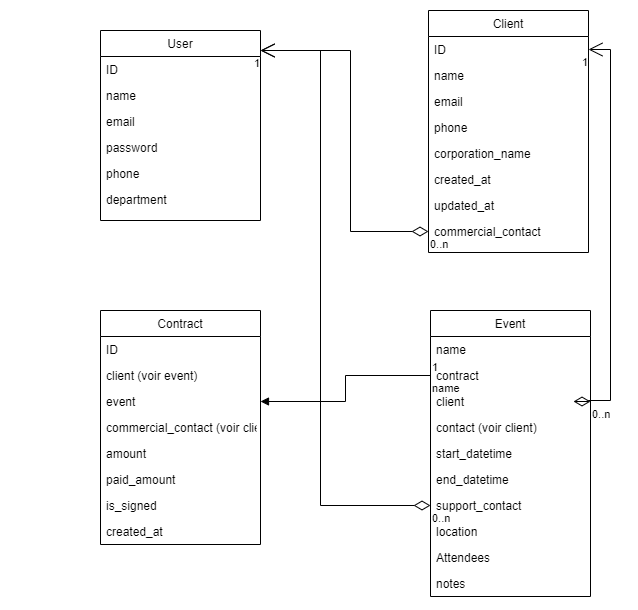
Earlier version of the draw.io export docs/P12-entites.drawio.png (morganprieur/backend_python_sql). Source tidied: cells renumbered, new cells last; positions are measured from the earlier drawing's top-left corner, leaving out a move shared by most shapes.
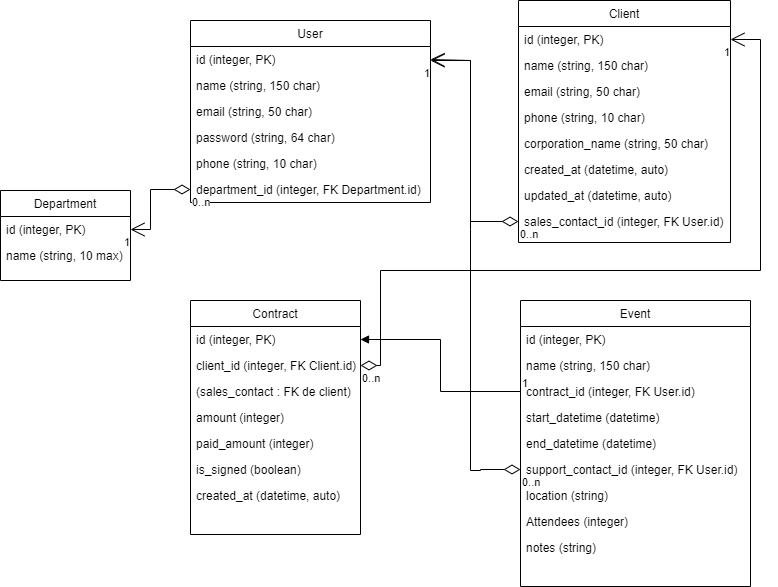
After the change.

Commit message:
WIP Add user: hash pw ok. TODO: JWT.

Change to the diagram source:
```diff
@@ -3,122 +3,115 @@
     <mxCell id="0" />
     <mxCell id="1" parent="0" />
     <mxCell id="2" value="User" style="swimlane;fontStyle=0;align=center;verticalAlign=top;horizontal=1;startSize=26;rounded=0;shadow=0;strokeWidth=1;" parent="1" vertex="1">
-      <mxGeometry x="90" y="20" width="160" height="190" as="geometry" />
+      <mxGeometry x="90" y="20" width="240" height="182" as="geometry" />
     </mxCell>
-    <mxCell id="3" value="ID" style="text;align=left;verticalAlign=top;spacingLeft=4;spacingRight=4;overflow=hidden;points=[[0,0.5],[1,0.5]];portConstraint=eastwest;" parent="2" vertex="1">
-      <mxGeometry y="26" width="160" height="26" as="geometry" />
+    <mxCell id="3" value="id (integer, PK)" style="text;align=left;verticalAlign=top;spacingLeft=4;spacingRight=4;overflow=hidden;points=[[0,0.5],[1,0.5]];portConstraint=eastwest;" parent="2" vertex="1">
+      <mxGeometry y="26" width="240" height="26" as="geometry" />
     </mxCell>
-    <mxCell id="4" value="name" style="text;align=left;verticalAlign=top;spacingLeft=4;spacingRight=4;overflow=hidden;rounded=0;shadow=0;html=0;" parent="2" vertex="1">
-      <mxGeometry y="52" width="160" height="26" as="geometry" />
+    <mxCell id="4" value="name (string, 150 char)" style="text;align=left;verticalAlign=top;spacingLeft=4;spacingRight=4;overflow=hidden;rounded=0;shadow=0;html=0;" parent="2" vertex="1">
+      <mxGeometry y="52" width="240" height="26" as="geometry" />
     </mxCell>
-    <mxCell id="5" value="email" style="text;align=left;verticalAlign=top;spacingLeft=4;spacingRight=4;overflow=hidden;rounded=0;shadow=0;html=0;" parent="2" vertex="1">
-      <mxGeometry y="78" width="160" height="26" as="geometry" />
+    <mxCell id="5" value="email (string, 50 char)" style="text;align=left;verticalAlign=top;spacingLeft=4;spacingRight=4;overflow=hidden;rounded=0;shadow=0;html=0;" parent="2" vertex="1">
+      <mxGeometry y="78" width="240" height="26" as="geometry" />
     </mxCell>
-    <mxCell id="6" value="password" style="text;align=left;verticalAlign=top;spacingLeft=4;spacingRight=4;overflow=hidden;rounded=0;shadow=0;html=0;" parent="2" vertex="1">
-      <mxGeometry y="104" width="160" height="26" as="geometry" />
+    <mxCell id="6" value="password (string, 64 char)" style="text;align=left;verticalAlign=top;spacingLeft=4;spacingRight=4;overflow=hidden;rounded=0;shadow=0;html=0;" parent="2" vertex="1">
+      <mxGeometry y="104" width="240" height="26" as="geometry" />
     </mxCell>
-    <mxCell id="7" value="phone" style="text;align=left;verticalAlign=top;spacingLeft=4;spacingRight=4;overflow=hidden;rounded=0;shadow=0;html=0;" parent="2" vertex="1">
-      <mxGeometry y="130" width="160" height="26" as="geometry" />
+    <mxCell id="7" value="phone (string, 10 char)" style="text;align=left;verticalAlign=top;spacingLeft=4;spacingRight=4;overflow=hidden;rounded=0;shadow=0;html=0;" parent="2" vertex="1">
+      <mxGeometry y="130" width="240" height="26" as="geometry" />
     </mxCell>
-    <mxCell id="8" value="department" style="text;align=left;verticalAlign=top;spacingLeft=4;spacingRight=4;overflow=hidden;rounded=0;shadow=0;html=0;" parent="2" vertex="1">
-      <mxGeometry y="156" width="160" height="26" as="geometry" />
-    </mxCell>
+    <mxCell id="50" value="department_id (integer, FK Department.id)" style="text;align=left;verticalAlign=top;spacingLeft=4;spacingRight=4;overflow=hidden;points=[[0,0.5],[1,0.5]];portConstraint=eastwest;rounded=0;shadow=0;html=0;" parent="2" vertex="1">
+      <mxGeometry y="156" width="240" height="26" as="geometry" />
+    </mxCell>
     <mxCell id="9" value="Contract" style="swimlane;fontStyle=0;align=center;verticalAlign=top;horizontal=1;startSize=26;rounded=0;shadow=0;strokeWidth=1;" parent="1" vertex="1">
-      <mxGeometry x="90" y="300" width="160" height="234" as="geometry" />
+      <mxGeometry x="90" y="300" width="170" height="234" as="geometry" />
     </mxCell>
-    <mxCell id="10" value="ID" style="text;align=left;verticalAlign=top;spacingLeft=4;spacingRight=4;overflow=hidden;points=[[0,0.5],[1,0.5]];portConstraint=eastwest;" parent="9" vertex="1">
-      <mxGeometry y="26" width="160" height="26" as="geometry" />
+    <mxCell id="10" value="id (integer, PK)" style="text;align=left;verticalAlign=top;spacingLeft=4;spacingRight=4;overflow=hidden;points=[[0,0.5],[1,0.5]];portConstraint=eastwest;" parent="9" vertex="1">
+      <mxGeometry y="26" width="170" height="26" as="geometry" />
     </mxCell>
-    <mxCell id="11" value="client (voir event)" style="text;align=left;verticalAlign=top;spacingLeft=4;spacingRight=4;overflow=hidden;points=[[0,0.5],[1,0.5]];portConstraint=eastwest;rounded=0;shadow=0;html=0;" parent="9" vertex="1">
-      <mxGeometry y="52" width="160" height="26" as="geometry" />
+    <mxCell id="11" value="client_id (integer, FK Client.id)" style="text;align=left;verticalAlign=top;spacingLeft=4;spacingRight=4;overflow=hidden;points=[[0,0.5],[1,0.5]];portConstraint=eastwest;rounded=0;shadow=0;html=0;" parent="9" vertex="1">
+      <mxGeometry y="52" width="170" height="26" as="geometry" />
     </mxCell>
-    <mxCell id="12" value="event" style="text;align=left;verticalAlign=top;spacingLeft=4;spacingRight=4;overflow=hidden;points=[[0,0.5],[1,0.5]];portConstraint=eastwest;rounded=0;shadow=0;html=0;" parent="9" vertex="1">
-      <mxGeometry y="78" width="160" height="26" as="geometry" />
-    </mxCell>
-    <mxCell id="13" value="commercial_contact (voir client)" style="text;align=left;verticalAlign=top;spacingLeft=4;spacingRight=4;overflow=hidden;fontStyle=0;" parent="9" vertex="1">
-      <mxGeometry y="104" width="160" height="26" as="geometry" />
+    <mxCell id="13" value="(sales_contact : FK de client)" style="text;align=left;verticalAlign=top;spacingLeft=4;spacingRight=4;overflow=hidden;fontStyle=0;" parent="9" vertex="1">
+      <mxGeometry y="78" width="170" height="26" as="geometry" />
     </mxCell>
-    <mxCell id="14" value="amount" style="text;align=left;verticalAlign=top;spacingLeft=4;spacingRight=4;overflow=hidden;" parent="9" vertex="1">
-      <mxGeometry y="130" width="160" height="26" as="geometry" />
+    <mxCell id="14" value="amount (integer)" style="text;align=left;verticalAlign=top;spacingLeft=4;spacingRight=4;overflow=hidden;" parent="9" vertex="1">
+      <mxGeometry y="104" width="170" height="26" as="geometry" />
     </mxCell>
-    <mxCell id="15" value="paid_amount" style="text;align=left;verticalAlign=top;spacingLeft=4;spacingRight=4;overflow=hidden;" parent="9" vertex="1">
-      <mxGeometry y="156" width="160" height="26" as="geometry" />
+    <mxCell id="15" value="paid_amount (integer)" style="text;align=left;verticalAlign=top;spacingLeft=4;spacingRight=4;overflow=hidden;" parent="9" vertex="1">
+      <mxGeometry y="130" width="170" height="26" as="geometry" />
     </mxCell>
-    <mxCell id="16" value="is_signed" style="text;align=left;verticalAlign=top;spacingLeft=4;spacingRight=4;overflow=hidden;" parent="9" vertex="1">
-      <mxGeometry y="182" width="160" height="26" as="geometry" />
+    <mxCell id="16" value="is_signed (boolean)" style="text;align=left;verticalAlign=top;spacingLeft=4;spacingRight=4;overflow=hidden;" parent="9" vertex="1">
+      <mxGeometry y="156" width="170" height="26" as="geometry" />
     </mxCell>
-    <mxCell id="17" value="created_at" style="text;align=left;verticalAlign=top;spacingLeft=4;spacingRight=4;overflow=hidden;" parent="9" vertex="1">
-      <mxGeometry y="208" width="160" height="26" as="geometry" />
+    <mxCell id="17" value="created_at (datetime, auto)" style="text;align=left;verticalAlign=top;spacingLeft=4;spacingRight=4;overflow=hidden;" parent="9" vertex="1">
+      <mxGeometry y="182" width="170" height="26" as="geometry" />
     </mxCell>
     <mxCell id="18" value="Event" style="swimlane;fontStyle=0;align=center;verticalAlign=top;horizontal=1;startSize=26;rounded=0;shadow=0;strokeWidth=1;" parent="1" vertex="1">
-      <mxGeometry x="420" y="300" width="160" height="286" as="geometry" />
+      <mxGeometry x="420" y="300" width="230" height="286" as="geometry" />
     </mxCell>
+    <mxCell id="51" value="id (integer, PK)" style="text;align=left;verticalAlign=top;spacingLeft=4;spacingRight=4;overflow=hidden;" parent="18" vertex="1">
+      <mxGeometry y="26" width="230" height="26" as="geometry" />
+    </mxCell>
-    <mxCell id="19" value="name" style="text;align=left;verticalAlign=top;spacingLeft=4;spacingRight=4;overflow=hidden;" parent="18" vertex="1">
-      <mxGeometry y="26" width="160" height="26" as="geometry" />
+    <mxCell id="19" value="name (string, 150 char)" style="text;align=left;verticalAlign=top;spacingLeft=4;spacingRight=4;overflow=hidden;" parent="18" vertex="1">
+      <mxGeometry y="52" width="230" height="26" as="geometry" />
     </mxCell>
-    <mxCell id="20" value="contract" style="text;align=left;verticalAlign=top;spacingLeft=4;spacingRight=4;overflow=hidden;points=[[0,0.5],[1,0.5]];portConstraint=eastwest;" parent="18" vertex="1">
-      <mxGeometry y="52" width="160" height="26" as="geometry" />
+    <mxCell id="20" value="contract_id (integer, FK User.id)" style="text;align=left;verticalAlign=top;spacingLeft=4;spacingRight=4;overflow=hidden;points=[[0,0.5],[1,0.5]];portConstraint=eastwest;" parent="18" vertex="1">
+      <mxGeometry y="78" width="230" height="26" as="geometry" />
     </mxCell>
-    <mxCell id="21" value="client" style="text;align=left;verticalAlign=top;spacingLeft=4;spacingRight=4;overflow=hidden;points=[[0,0.5],[1,0.5]];portConstraint=eastwest;" parent="18" vertex="1">
-      <mxGeometry y="78" width="160" height="26" as="geometry" />
-    </mxCell>
-    <mxCell id="22" value="contact (voir client)" style="text;align=left;verticalAlign=top;spacingLeft=4;spacingRight=4;overflow=hidden;" parent="18" vertex="1">
-      <mxGeometry y="104" width="160" height="26" as="geometry" />
-    </mxCell>
-    <mxCell id="23" value="start_datetime" style="text;align=left;verticalAlign=top;spacingLeft=4;spacingRight=4;overflow=hidden;" parent="18" vertex="1">
-      <mxGeometry y="130" width="160" height="26" as="geometry" />
+    <mxCell id="23" value="start_datetime (datetime)" style="text;align=left;verticalAlign=top;spacingLeft=4;spacingRight=4;overflow=hidden;" parent="18" vertex="1">
+      <mxGeometry y="104" width="230" height="26" as="geometry" />
     </mxCell>
-    <mxCell id="24" value="end_datetime" style="text;align=left;verticalAlign=top;spacingLeft=4;spacingRight=4;overflow=hidden;" parent="18" vertex="1">
-      <mxGeometry y="156" width="160" height="26" as="geometry" />
+    <mxCell id="24" value="end_datetime (datetime)" style="text;align=left;verticalAlign=top;spacingLeft=4;spacingRight=4;overflow=hidden;" parent="18" vertex="1">
+      <mxGeometry y="130" width="230" height="26" as="geometry" />
     </mxCell>
-    <mxCell id="25" value="support_contact" style="text;align=left;verticalAlign=top;spacingLeft=4;spacingRight=4;overflow=hidden;points=[[0,0.5],[1,0.5]];portConstraint=eastwest;" parent="18" vertex="1">
-      <mxGeometry y="182" width="160" height="26" as="geometry" />
+    <mxCell id="25" value="support_contact_id (integer, FK User.id)" style="text;align=left;verticalAlign=top;spacingLeft=4;spacingRight=4;overflow=hidden;points=[[0,0.5],[1,0.5]];portConstraint=eastwest;" parent="18" vertex="1">
+      <mxGeometry y="156" width="230" height="26" as="geometry" />
     </mxCell>
-    <mxCell id="26" value="location" style="text;align=left;verticalAlign=top;spacingLeft=4;spacingRight=4;overflow=hidden;" parent="18" vertex="1">
-      <mxGeometry y="208" width="160" height="26" as="geometry" />
+    <mxCell id="26" value="location (string)" style="text;align=left;verticalAlign=top;spacingLeft=4;spacingRight=4;overflow=hidden;" parent="18" vertex="1">
+      <mxGeometry y="182" width="230" height="26" as="geometry" />
     </mxCell>
-    <mxCell id="27" value="Attendees" style="text;align=left;verticalAlign=top;spacingLeft=4;spacingRight=4;overflow=hidden;" parent="18" vertex="1">
-      <mxGeometry y="234" width="160" height="26" as="geometry" />
+    <mxCell id="27" value="Attendees (integer)" style="text;align=left;verticalAlign=top;spacingLeft=4;spacingRight=4;overflow=hidden;" parent="18" vertex="1">
+      <mxGeometry y="208" width="230" height="26" as="geometry" />
     </mxCell>
-    <mxCell id="28" value="notes" style="text;align=left;verticalAlign=top;spacingLeft=4;spacingRight=4;overflow=hidden;" parent="18" vertex="1">
-      <mxGeometry y="260" width="160" height="26" as="geometry" />
+    <mxCell id="28" value="notes (string)" style="text;align=left;verticalAlign=top;spacingLeft=4;spacingRight=4;overflow=hidden;" parent="18" vertex="1">
+      <mxGeometry y="234" width="230" height="26" as="geometry" />
     </mxCell>
     <mxCell id="29" value="Client" style="swimlane;fontStyle=0;align=center;verticalAlign=top;horizontal=1;startSize=26;rounded=0;shadow=0;strokeWidth=1;" parent="1" vertex="1">
-      <mxGeometry x="418" width="160" height="242" as="geometry" />
+      <mxGeometry x="418" width="212" height="242" as="geometry" />
     </mxCell>
-    <mxCell id="30" value="ID" style="text;align=left;verticalAlign=top;spacingLeft=4;spacingRight=4;overflow=hidden;points=[[0,0.5],[1,0.5]];portConstraint=eastwest;" parent="29" vertex="1">
-      <mxGeometry y="26" width="160" height="26" as="geometry" />
+    <mxCell id="30" value="id (integer, PK)" style="text;align=left;verticalAlign=top;spacingLeft=4;spacingRight=4;overflow=hidden;points=[[0,0.5],[1,0.5]];portConstraint=eastwest;" parent="29" vertex="1">
+      <mxGeometry y="26" width="212" height="26" as="geometry" />
     </mxCell>
-    <mxCell id="31" value="name" style="text;align=left;verticalAlign=top;spacingLeft=4;spacingRight=4;overflow=hidden;rounded=0;shadow=0;html=0;" parent="29" vertex="1">
-      <mxGeometry y="52" width="160" height="26" as="geometry" />
+    <mxCell id="31" value="name (string, 150 char)" style="text;align=left;verticalAlign=top;spacingLeft=4;spacingRight=4;overflow=hidden;rounded=0;shadow=0;html=0;" parent="29" vertex="1">
+      <mxGeometry y="52" width="212" height="26" as="geometry" />
     </mxCell>
-    <mxCell id="32" value="email" style="text;align=left;verticalAlign=top;spacingLeft=4;spacingRight=4;overflow=hidden;rounded=0;shadow=0;html=0;" parent="29" vertex="1">
-      <mxGeometry y="78" width="160" height="26" as="geometry" />
+    <mxCell id="32" value="email (string, 50 char)" style="text;align=left;verticalAlign=top;spacingLeft=4;spacingRight=4;overflow=hidden;rounded=0;shadow=0;html=0;" parent="29" vertex="1">
+      <mxGeometry y="78" width="212" height="26" as="geometry" />
     </mxCell>
-    <mxCell id="33" value="phone" style="text;align=left;verticalAlign=top;spacingLeft=4;spacingRight=4;overflow=hidden;rounded=0;shadow=0;html=0;" parent="29" vertex="1">
-      <mxGeometry y="104" width="160" height="26" as="geometry" />
+    <mxCell id="33" value="phone (string, 10 char)" style="text;align=left;verticalAlign=top;spacingLeft=4;spacingRight=4;overflow=hidden;rounded=0;shadow=0;html=0;" parent="29" vertex="1">
+      <mxGeometry y="104" width="212" height="26" as="geometry" />
     </mxCell>
-    <mxCell id="34" value="corporation_name" style="text;align=left;verticalAlign=top;spacingLeft=4;spacingRight=4;overflow=hidden;rounded=0;shadow=0;html=0;" parent="29" vertex="1">
-      <mxGeometry y="130" width="160" height="26" as="geometry" />
+    <mxCell id="34" value="corporation_name (string, 50 char)" style="text;align=left;verticalAlign=top;spacingLeft=4;spacingRight=4;overflow=hidden;rounded=0;shadow=0;html=0;" parent="29" vertex="1">
+      <mxGeometry y="130" width="212" height="26" as="geometry" />
     </mxCell>
-    <mxCell id="35" value="created_at" style="text;align=left;verticalAlign=top;spacingLeft=4;spacingRight=4;overflow=hidden;" parent="29" vertex="1">
-      <mxGeometry y="156" width="160" height="26" as="geometry" />
+    <mxCell id="35" value="created_at (datetime, auto)" style="text;align=left;verticalAlign=top;spacingLeft=4;spacingRight=4;overflow=hidden;" parent="29" vertex="1">
+      <mxGeometry y="156" width="212" height="26" as="geometry" />
     </mxCell>
-    <mxCell id="36" value="updated_at" style="text;align=left;verticalAlign=top;spacingLeft=4;spacingRight=4;overflow=hidden;" parent="29" vertex="1">
-      <mxGeometry y="182" width="160" height="26" as="geometry" />
+    <mxCell id="36" value="updated_at (datetime, auto)" style="text;align=left;verticalAlign=top;spacingLeft=4;spacingRight=4;overflow=hidden;" parent="29" vertex="1">
+      <mxGeometry y="182" width="212" height="26" as="geometry" />
     </mxCell>
-    <mxCell id="37" value="commercial_contact" style="text;align=left;verticalAlign=top;spacingLeft=4;spacingRight=4;overflow=hidden;points=[[0,0.5],[1,0.5]];portConstraint=eastwest;" parent="29" vertex="1">
-      <mxGeometry y="208" width="160" height="26" as="geometry" />
+    <mxCell id="37" value="sales_contact_id (integer, FK User.id)" style="text;align=left;verticalAlign=top;spacingLeft=4;spacingRight=4;overflow=hidden;points=[[0,0.5],[1,0.5]];portConstraint=eastwest;" parent="29" vertex="1">
+      <mxGeometry y="208" width="212" height="26" as="geometry" />
     </mxCell>
     <mxCell id="38" value="&lt;p style=&quot;line-height: 100%; margin-bottom: 0cm&quot; align=&quot;justify&quot;&gt;&lt;/p&gt;&lt;p style=&quot;line-height: 100%; margin-bottom: 0cm&quot; align=&quot;justify&quot;&gt;&lt;/p&gt;" style="text;html=1;align=center;verticalAlign=middle;strokeColor=none;fillColor=none;" parent="1" vertex="1">
       <mxGeometry y="78" width="20" height="30" as="geometry" />
     </mxCell>
-    <mxCell id="39" style="endArrow=open;html=1;endSize=12;startArrow=diamondThin;startSize=14;startFill=0;edgeStyle=orthogonalEdgeStyle;rounded=0;exitX=0;exitY=0.5;exitDx=0;exitDy=0;" parent="1" edge="1" source="37">
+    <mxCell id="39" style="endArrow=open;html=1;endSize=12;startArrow=diamondThin;startSize=14;startFill=0;edgeStyle=orthogonalEdgeStyle;rounded=0;exitX=0;exitY=0.5;exitDx=0;exitDy=0;entryX=1;entryY=0.5;entryDx=0;entryDy=0;" parent="1" edge="1" source="37" target="3">
       <mxGeometry x="-0.26" relative="1" as="geometry">
-        <mxPoint x="250" y="40" as="targetPoint" />
         <Array as="points">
-          <mxPoint x="340" y="221" />
-          <mxPoint x="340" y="40" />
+          <mxPoint x="370" y="221" />
+          <mxPoint x="370" y="60" />
         </Array>
       </mxGeometry>
     </mxCell>
@@ -130,10 +123,14 @@
     </mxCell>
     <mxCell id="42" style="endArrow=open;html=1;endSize=12;startArrow=diamondThin;startSize=14;startFill=0;edgeStyle=orthogonalEdgeStyle;rounded=0;exitX=0;exitY=0.5;exitDx=0;exitDy=0;" parent="1" edge="1" source="25">
       <mxGeometry x="-0.26" relative="1" as="geometry">
-        <mxPoint x="250" y="40" as="targetPoint" />
+        <mxPoint x="330" y="60" as="targetPoint" />
         <Array as="points">
-          <mxPoint x="310" y="495" />
-          <mxPoint x="310" y="40" />
+          <mxPoint x="380" y="469" />
+          <mxPoint x="380" y="470" />
+          <mxPoint x="370" y="470" />
+          <mxPoint x="370" y="229" />
+          <mxPoint x="370" y="229" />
+          <mxPoint x="370" y="60" />
         </Array>
       </mxGeometry>
     </mxCell>
@@ -143,14 +140,13 @@
     <mxCell id="44" value="1" style="edgeLabel;html=1;align=right;verticalAlign=top;" parent="42" vertex="1">
       <mxGeometry x="1" relative="1" as="geometry" />
     </mxCell>
-    <mxCell id="45" style="endArrow=open;html=1;endSize=12;startArrow=diamondThin;startSize=14;startFill=0;edgeStyle=orthogonalEdgeStyle;rounded=0;exitX=1;exitY=0.5;exitDx=0;exitDy=0;" parent="1" edge="1" source="21">
+    <mxCell id="45" style="endArrow=open;html=1;endSize=12;startArrow=diamondThin;startSize=14;startFill=0;edgeStyle=orthogonalEdgeStyle;rounded=0;exitX=1;exitY=0.5;exitDx=0;exitDy=0;entryX=1;entryY=0.5;entryDx=0;entryDy=0;" parent="1" edge="1" source="11" target="30">
       <mxGeometry x="-0.26" relative="1" as="geometry">
-        <mxPoint x="578" y="39" as="targetPoint" />
         <Array as="points">
-          <mxPoint x="578" y="391" />
-          <mxPoint x="578" y="390" />
-          <mxPoint x="600" y="390" />
-          <mxPoint x="600" y="39" />
+          <mxPoint x="280" y="365" />
+          <mxPoint x="280" y="270" />
+          <mxPoint x="660" y="270" />
+          <mxPoint x="660" y="39" />
         </Array>
       </mxGeometry>
     </mxCell>
@@ -160,11 +156,34 @@
     <mxCell id="47" value="1" style="edgeLabel;html=1;align=right;verticalAlign=top;" parent="45" vertex="1">
       <mxGeometry x="1" relative="1" as="geometry" />
     </mxCell>
-    <mxCell id="48" value="name" style="endArrow=block;endFill=1;html=1;edgeStyle=orthogonalEdgeStyle;align=left;verticalAlign=top;rounded=0;entryX=1;entryY=0.5;entryDx=0;entryDy=0;exitX=0;exitY=0.5;exitDx=0;exitDy=0;" parent="1" edge="1" source="20" target="12">
+    <mxCell id="48" style="endArrow=block;endFill=1;html=1;edgeStyle=orthogonalEdgeStyle;align=left;verticalAlign=top;rounded=0;entryX=1;entryY=0.5;entryDx=0;entryDy=0;exitX=0;exitY=0.5;exitDx=0;exitDy=0;" parent="1" edge="1" source="20" target="10">
       <mxGeometry x="-1" relative="1" as="geometry" />
     </mxCell>
     <mxCell id="49" value="1" style="edgeLabel;html=1;align=left;verticalAlign=bottom;" parent="48" vertex="1">
       <mxGeometry x="-1" relative="1" as="geometry" />
     </mxCell>
+    <mxCell id="52" value="Department" style="swimlane;fontStyle=0;align=center;verticalAlign=top;horizontal=1;startSize=26;rounded=0;shadow=0;strokeWidth=1;" parent="1" vertex="1">
+      <mxGeometry x="-100" y="190" width="130" height="90" as="geometry" />
+    </mxCell>
+    <mxCell id="53" value="id (integer, PK)" style="text;align=left;verticalAlign=top;spacingLeft=4;spacingRight=4;overflow=hidden;points=[[0,0.5],[1,0.5]];portConstraint=eastwest;" parent="52" vertex="1">
+      <mxGeometry y="26" width="130" height="26" as="geometry" />
+    </mxCell>
+    <mxCell id="54" value="name (string, 10 max)" style="text;align=left;verticalAlign=top;spacingLeft=4;spacingRight=4;overflow=hidden;rounded=0;shadow=0;html=0;" parent="52" vertex="1">
+      <mxGeometry y="52" width="130" height="26" as="geometry" />
+    </mxCell>
+    <mxCell id="55" style="endArrow=open;html=1;endSize=12;startArrow=diamondThin;startSize=14;startFill=0;edgeStyle=orthogonalEdgeStyle;rounded=0;exitX=0;exitY=0.5;exitDx=0;exitDy=0;entryX=1;entryY=0.5;entryDx=0;entryDy=0;" parent="1" edge="1" source="50" target="53">
+      <mxGeometry x="-0.26" relative="1" as="geometry">
+        <Array as="points">
+          <mxPoint x="50" y="189" />
+          <mxPoint x="50" y="229" />
+        </Array>
+      </mxGeometry>
+    </mxCell>
+    <mxCell id="56" value="0..n" style="edgeLabel;html=1;align=left;verticalAlign=top;" parent="55" vertex="1">
+      <mxGeometry x="-1" relative="1" as="geometry" />
+    </mxCell>
+    <mxCell id="57" value="1" style="edgeLabel;html=1;align=right;verticalAlign=top;" parent="55" vertex="1">
+      <mxGeometry x="1" relative="1" as="geometry" />
+    </mxCell>
   </root>
 </mxGraphModel>
```
